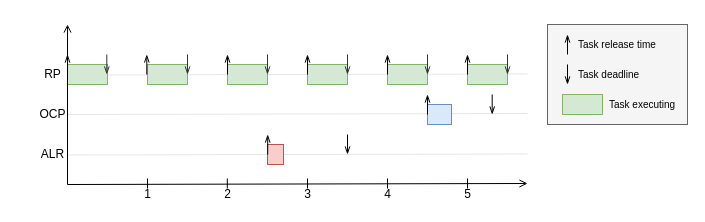
The draw.io diagram page "timeline" (1 of 9) of report/images/timelines.drawio in jiayihu/SRT, before the edit. Source tidied: cells renumbered, new cells numbered last; positions are measured from the earlier drawing's top-left corner, leaving out a move shared by most shapes. Both pictures are drawn from the tidied source at 100%, with x=0, y=0 at pixel (32, 24).
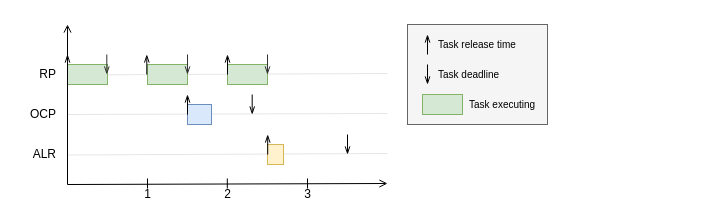
Above is the later version.

Diff of the diagram source:
```diff
@@
     <mxCell id="2" style="endArrow=none;html=1;endFill=0;strokeColor=#E6E6E6;" parent="1" edge="1">
       <mxGeometry relative="1" as="geometry">
         <mxPoint x="35" y="90" as="sourcePoint" />
-        <mxPoint x="495" y="89" as="targetPoint" />
+        <mxPoint x="355" y="89" as="targetPoint" />
       </mxGeometry>
     </mxCell>
     <mxCell id="3" style="endArrow=none;html=1;endFill=0;strokeColor=#E6E6E6;" parent="1" edge="1">
       <mxGeometry relative="1" as="geometry">
         <mxPoint x="35" y="50.5" as="sourcePoint" />
-        <mxPoint x="495" y="49.5" as="targetPoint" />
+        <mxPoint x="355" y="49" as="targetPoint" />
       </mxGeometry>
     </mxCell>
     <mxCell id="4" style="endArrow=none;html=1;endFill=0;strokeColor=#E6E6E6;" parent="1" edge="1">
       <mxGeometry relative="1" as="geometry">
         <mxPoint x="35" y="130.5" as="sourcePoint" />
-        <mxPoint x="495" y="129.5" as="targetPoint" />
+        <mxPoint x="355" y="129" as="targetPoint" />
       </mxGeometry>
     </mxCell>
     <mxCell id="5" style="rounded=0;whiteSpace=wrap;html=1;fontSize=10;fillColor=#f5f5f5;strokeColor=#666666;fontColor=#333333;" parent="1" vertex="1">
-      <mxGeometry x="515" width="140" height="100" as="geometry" />
+      <mxGeometry x="375" width="140" height="100" as="geometry" />
     </mxCell>
@@
-    <mxCell id="9" value="4" style="text;html=1;align=center;verticalAlign=middle;" parent="1" vertex="1">
-      <mxGeometry x="345" y="160" width="20" height="20" as="geometry" />
-    </mxCell>
-    <mxCell id="10" value="5" style="text;html=1;align=center;verticalAlign=middle;" parent="1" vertex="1">
-      <mxGeometry x="425" y="160" width="20" height="20" as="geometry" />
-    </mxCell>
-    <mxCell id="11" value="ALR" style="text;html=1;align=center;verticalAlign=middle;" parent="1" vertex="1">
-      <mxGeometry y="120" width="40" height="20" as="geometry" />
+    <mxCell id="11" value="ALR" style="text;html=1;align=right;verticalAlign=middle;" parent="1" vertex="1">
+      <mxGeometry x="-15" y="120" width="40" height="20" as="geometry" />
     </mxCell>
-    <mxCell id="12" style="whiteSpace=wrap;html=1;fillColor=#f8cecc;strokeColor=#b85450;" parent="1" vertex="1">
+    <mxCell id="12" style="whiteSpace=wrap;html=1;fillColor=#fff2cc;strokeColor=#d6b656;" parent="1" vertex="1">
       <mxGeometry x="235" y="120" width="16" height="20" as="geometry" />
     </mxCell>
-    <mxCell id="13" value="OCP" style="text;html=1;align=center;verticalAlign=middle;" parent="1" vertex="1">
-      <mxGeometry y="80" width="40" height="20" as="geometry" />
+    <mxCell id="13" value="OCP" style="text;html=1;align=right;verticalAlign=middle;" parent="1" vertex="1">
+      <mxGeometry x="-15" y="80" width="40" height="20" as="geometry" />
     </mxCell>
     <mxCell id="14" style="whiteSpace=wrap;html=1;fillColor=#dae8fc;strokeColor=#6c8ebf;" parent="1" vertex="1">
-      <mxGeometry x="395" y="80" width="24" height="20" as="geometry" />
+      <mxGeometry x="155" y="80" width="24" height="20" as="geometry" />
     </mxCell>
-    <mxCell id="15" value="RP" style="text;html=1;align=center;verticalAlign=middle;" parent="1" vertex="1">
-      <mxGeometry x="5" y="40" width="30" height="20" as="geometry" />
+    <mxCell id="15" value="RP" style="text;html=1;align=right;verticalAlign=middle;" parent="1" vertex="1">
+      <mxGeometry x="-5" y="40" width="30" height="20" as="geometry" />
     </mxCell>
@@
-    <mxCell id="19" style="whiteSpace=wrap;html=1;fillColor=#d5e8d4;strokeColor=#82b366;" parent="1" vertex="1">
-      <mxGeometry x="275" y="40" width="40" height="20" as="geometry" />
-    </mxCell>
@@
-    <mxCell id="21" style="whiteSpace=wrap;html=1;fillColor=#d5e8d4;strokeColor=#82b366;" parent="1" vertex="1">
-      <mxGeometry x="355" y="40" width="40" height="20" as="geometry" />
-    </mxCell>
-    <mxCell id="22" style="whiteSpace=wrap;html=1;fillColor=#d5e8d4;strokeColor=#82b366;" parent="1" vertex="1">
-      <mxGeometry x="435" y="40" width="40" height="20" as="geometry" />
-    </mxCell>
     <mxCell id="23" style="endArrow=openThin;html=1;strokeWidth=1;endFill=0;" parent="1" edge="1">
       <mxGeometry relative="1" as="geometry">
-        <mxPoint x="395" y="90" as="sourcePoint" />
-        <mxPoint x="395" y="70" as="targetPoint" />
+        <mxPoint x="155" y="90" as="sourcePoint" />
+        <mxPoint x="155" y="70" as="targetPoint" />
       </mxGeometry>
     </mxCell>
@@
-    <mxCell id="27" style="endArrow=openThin;html=1;strokeWidth=1;endFill=0;" parent="1" edge="1">
-      <mxGeometry relative="1" as="geometry">
-        <mxPoint x="275" y="50" as="sourcePoint" />
-        <mxPoint x="275" y="30" as="targetPoint" />
-      </mxGeometry>
-    </mxCell>
-    <mxCell id="28" style="endArrow=openThin;html=1;strokeWidth=1;endFill=0;" parent="1" edge="1">
-      <mxGeometry relative="1" as="geometry">
-        <mxPoint x="355" y="50" as="sourcePoint" />
-        <mxPoint x="355" y="30" as="targetPoint" />
-      </mxGeometry>
-    </mxCell>
-    <mxCell id="29" style="endArrow=openThin;html=1;strokeWidth=1;endFill=0;" parent="1" edge="1">
-      <mxGeometry relative="1" as="geometry">
-        <mxPoint x="435" y="50" as="sourcePoint" />
-        <mxPoint x="435" y="30" as="targetPoint" />
-      </mxGeometry>
-    </mxCell>
@@
-    <mxCell id="33" style="endArrow=openThin;html=1;strokeWidth=1;endFill=0;strokeColor=#333333;" parent="1" edge="1">
-      <mxGeometry relative="1" as="geometry">
-        <mxPoint x="315" y="30" as="sourcePoint" />
-        <mxPoint x="315" y="50" as="targetPoint" />
-      </mxGeometry>
-    </mxCell>
-    <mxCell id="34" style="endArrow=openThin;html=1;strokeWidth=1;endFill=0;strokeColor=#333333;" parent="1" edge="1">
-      <mxGeometry relative="1" as="geometry">
-        <mxPoint x="395" y="30" as="sourcePoint" />
-        <mxPoint x="395" y="50" as="targetPoint" />
-      </mxGeometry>
-    </mxCell>
-    <mxCell id="35" style="endArrow=openThin;html=1;strokeWidth=1;endFill=0;strokeColor=#333333;" parent="1" edge="1">
-      <mxGeometry relative="1" as="geometry">
-        <mxPoint x="475" y="30" as="sourcePoint" />
-        <mxPoint x="475" y="50" as="targetPoint" />
-      </mxGeometry>
-    </mxCell>
@@
     <mxCell id="37" style="endArrow=openThin;html=1;strokeWidth=1;endFill=0;" parent="1" edge="1">
       <mxGeometry relative="1" as="geometry">
-        <mxPoint x="459.7" y="70" as="sourcePoint" />
-        <mxPoint x="459.7" y="90" as="targetPoint" />
+        <mxPoint x="219.7" y="70" as="sourcePoint" />
+        <mxPoint x="219.7" y="90" as="targetPoint" />
       </mxGeometry>
     </mxCell>
     <mxCell id="38" style="endArrow=open;html=1;endFill=0;" parent="1" edge="1">
       <mxGeometry relative="1" as="geometry">
         <mxPoint x="35" y="160" as="sourcePoint" />
-        <mxPoint x="495" y="159" as="targetPoint" />
+        <mxPoint x="355" y="159" as="targetPoint" />
       </mxGeometry>
     </mxCell>
@@
     <mxCell id="40" style="endArrow=openThin;html=1;strokeWidth=1;endFill=0;" parent="1" edge="1">
       <mxGeometry relative="1" as="geometry">
-        <mxPoint x="535" y="30" as="sourcePoint" />
-        <mxPoint x="535" y="10" as="targetPoint" />
+        <mxPoint x="395" y="30" as="sourcePoint" />
+        <mxPoint x="395" y="10" as="targetPoint" />
       </mxGeometry>
     </mxCell>
     <mxCell id="41" value="Task release time" style="text;html=1;align=left;verticalAlign=middle;fontSize=10;" parent="1" vertex="1">
-      <mxGeometry x="544" y="10" width="90" height="20" as="geometry" />
+      <mxGeometry x="404" y="10" width="90" height="20" as="geometry" />
     </mxCell>
     <mxCell id="42" style="endArrow=openThin;html=1;strokeWidth=1;endFill=0;" parent="1" edge="1">
       <mxGeometry relative="1" as="geometry">
-        <mxPoint x="535" y="40" as="sourcePoint" />
-        <mxPoint x="535" y="60" as="targetPoint" />
+        <mxPoint x="395" y="40" as="sourcePoint" />
+        <mxPoint x="395" y="60" as="targetPoint" />
       </mxGeometry>
     </mxCell>
     <mxCell id="43" value="Task deadline" style="text;html=1;align=left;verticalAlign=middle;fontSize=10;" parent="1" vertex="1">
-      <mxGeometry x="544" y="40" width="80" height="20" as="geometry" />
+      <mxGeometry x="404" y="40" width="80" height="20" as="geometry" />
     </mxCell>
     <mxCell id="44" style="whiteSpace=wrap;html=1;fillColor=#d5e8d4;strokeColor=#82b366;" parent="1" vertex="1">
-      <mxGeometry x="530" y="70" width="40" height="20" as="geometry" />
+      <mxGeometry x="390" y="70" width="40" height="20" as="geometry" />
     </mxCell>
     <mxCell id="45" value="Task executing" style="text;html=1;align=left;verticalAlign=middle;fontSize=10;" parent="1" vertex="1">
-      <mxGeometry x="575" y="70" width="80" height="20" as="geometry" />
+      <mxGeometry x="435" y="70" width="80" height="20" as="geometry" />
     </mxCell>
@@
-    <mxCell id="49" style="endArrow=none;html=1;strokeColor=#000000;fontSize=10;" parent="1" edge="1">
-      <mxGeometry relative="1" as="geometry">
-        <mxPoint x="355" y="164" as="sourcePoint" />
-        <mxPoint x="355" y="154" as="targetPoint" />
-      </mxGeometry>
-    </mxCell>
-    <mxCell id="50" style="endArrow=none;html=1;strokeColor=#000000;fontSize=10;" parent="1" edge="1">
-      <mxGeometry relative="1" as="geometry">
-        <mxPoint x="435" y="164" as="sourcePoint" />
-        <mxPoint x="435" y="154" as="targetPoint" />
-      </mxGeometry>
-    </mxCell>
```
